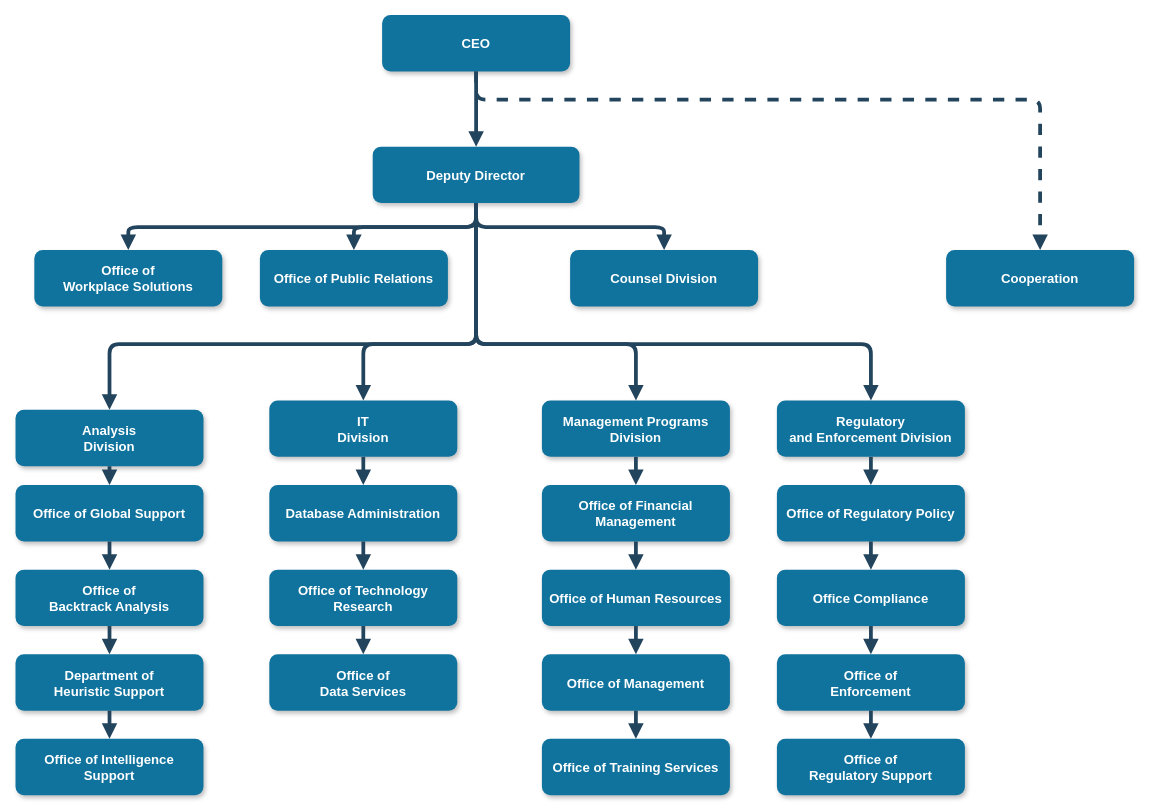
Before: Diagrama sin título.drawio in jramose2/Redes, a draw.io diagram. Source tidied: cells renumbered, new cells numbered last; positions are measured from the earlier drawing's top-left corner, leaving out a move shared by most shapes. Both pictures are drawn from the tidied source at 94%, with x=0, y=0 at pixel (15, 15).
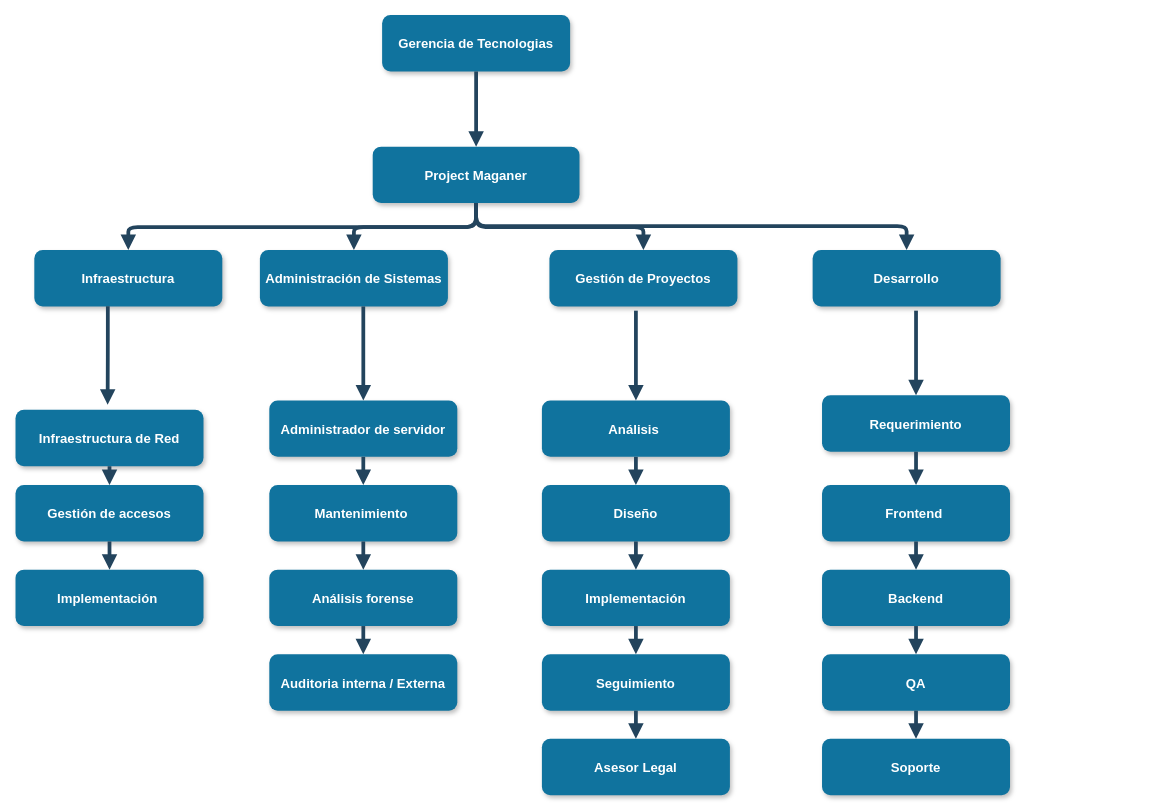
After the change.

Change to the diagram source:
```diff
@@
-    <mxCell id="2" value="CEO" style="rounded=1;fillColor=#10739E;strokeColor=none;shadow=1;gradientColor=none;fontStyle=1;fontColor=#FFFFFF;fontSize=14;" parent="1" vertex="1">
+    <mxCell id="2" value="Gerencia de Tecnologias" style="rounded=1;fillColor=#10739E;strokeColor=none;shadow=1;gradientColor=none;fontStyle=1;fontColor=#FFFFFF;fontSize=14;" parent="1" vertex="1">
       <mxGeometry x="390" y="-0.5" width="200" height="60" as="geometry" />
     </mxCell>
-    <mxCell id="3" value="Deputy Director" style="rounded=1;fillColor=#10739E;strokeColor=none;shadow=1;gradientColor=none;fontStyle=1;fontColor=#FFFFFF;fontSize=14;" parent="1" vertex="1">
+    <mxCell id="3" value="Project Maganer" style="rounded=1;fillColor=#10739E;strokeColor=none;shadow=1;gradientColor=none;fontStyle=1;fontColor=#FFFFFF;fontSize=14;" parent="1" vertex="1">
       <mxGeometry x="380" y="139.5" width="220" height="60" as="geometry" />
     </mxCell>
-    <mxCell id="4" value="Office of &#10;Workplace Solutions" style="rounded=1;fillColor=#10739E;strokeColor=none;shadow=1;gradientColor=none;fontStyle=1;fontColor=#FFFFFF;fontSize=14;" parent="1" vertex="1">
+    <mxCell id="4" value="Infraestructura" style="rounded=1;fillColor=#10739E;strokeColor=none;shadow=1;gradientColor=none;fontStyle=1;fontColor=#FFFFFF;fontSize=14;" parent="1" vertex="1">
       <mxGeometry x="20" y="249.5" width="200" height="60" as="geometry" />
     </mxCell>
-    <mxCell id="5" value="Office of Public Relations" style="rounded=1;fillColor=#10739E;strokeColor=none;shadow=1;gradientColor=none;fontStyle=1;fontColor=#FFFFFF;fontSize=14;" parent="1" vertex="1">
+    <mxCell id="5" value="Administración de Sistemas" style="rounded=1;fillColor=#10739E;strokeColor=none;shadow=1;gradientColor=none;fontStyle=1;fontColor=#FFFFFF;fontSize=14;" parent="1" vertex="1">
       <mxGeometry x="260" y="249.5" width="200" height="60" as="geometry" />
     </mxCell>
-    <mxCell id="6" value="Counsel Division" style="rounded=1;fillColor=#10739E;strokeColor=none;shadow=1;gradientColor=none;fontStyle=1;fontColor=#FFFFFF;fontSize=14;" parent="1" vertex="1">
-      <mxGeometry x="590" y="249.5" width="200" height="60" as="geometry" />
+    <mxCell id="6" value="Gestión de Proyectos" style="rounded=1;fillColor=#10739E;strokeColor=none;shadow=1;gradientColor=none;fontStyle=1;fontColor=#FFFFFF;fontSize=14;" parent="1" vertex="1">
+      <mxGeometry x="568" y="249.5" width="200" height="60" as="geometry" />
     </mxCell>
-    <mxCell id="7" value="Cooperation" style="rounded=1;fillColor=#10739E;strokeColor=none;shadow=1;gradientColor=none;fontStyle=1;fontColor=#FFFFFF;fontSize=14;" parent="1" vertex="1">
-      <mxGeometry x="990" y="249.5" width="200" height="60" as="geometry" />
-    </mxCell>
-    <mxCell id="8" value="Analysis &#10;Division" style="rounded=1;fillColor=#10739E;strokeColor=none;shadow=1;gradientColor=none;fontStyle=1;fontColor=#FFFFFF;fontSize=14;" parent="1" vertex="1">
+    <mxCell id="8" value="Infraestructura de Red" style="rounded=1;fillColor=#10739E;strokeColor=none;shadow=1;gradientColor=none;fontStyle=1;fontColor=#FFFFFF;fontSize=14;" parent="1" vertex="1">
       <mxGeometry y="419.5" width="200" height="60" as="geometry" />
     </mxCell>
-    <mxCell id="9" value="Office of Global Support" style="rounded=1;fillColor=#10739E;strokeColor=none;shadow=1;gradientColor=none;fontStyle=1;fontColor=#FFFFFF;fontSize=14;" parent="1" vertex="1">
+    <mxCell id="9" value="Gestión de accesos" style="rounded=1;fillColor=#10739E;strokeColor=none;shadow=1;gradientColor=none;fontStyle=1;fontColor=#FFFFFF;fontSize=14;" parent="1" vertex="1">
       <mxGeometry y="499.5" width="200" height="60" as="geometry" />
     </mxCell>
-    <mxCell id="10" value="Office of &#10;Backtrack Analysis" style="rounded=1;fillColor=#10739E;strokeColor=none;shadow=1;gradientColor=none;fontStyle=1;fontColor=#FFFFFF;fontSize=14;" parent="1" vertex="1">
+    <mxCell id="10" value="Implementación " style="rounded=1;fillColor=#10739E;strokeColor=none;shadow=1;gradientColor=none;fontStyle=1;fontColor=#FFFFFF;fontSize=14;" parent="1" vertex="1">
       <mxGeometry y="589.5" width="200" height="60" as="geometry" />
     </mxCell>
-    <mxCell id="11" value="Department of &#10;Heuristic Support" style="rounded=1;fillColor=#10739E;strokeColor=none;shadow=1;gradientColor=none;fontStyle=1;fontColor=#FFFFFF;fontSize=14;" parent="1" vertex="1">
-      <mxGeometry y="679.5" width="200" height="60" as="geometry" />
-    </mxCell>
-    <mxCell id="12" value="Office of Intelligence &#10;Support" style="rounded=1;fillColor=#10739E;strokeColor=none;shadow=1;gradientColor=none;fontStyle=1;fontColor=#FFFFFF;fontSize=14;" parent="1" vertex="1">
-      <mxGeometry y="769.5" width="200" height="60" as="geometry" />
-    </mxCell>
-    <mxCell id="13" value="IT&#10;Division" style="rounded=1;fillColor=#10739E;strokeColor=none;shadow=1;gradientColor=none;fontStyle=1;fontColor=#FFFFFF;fontSize=14;" parent="1" vertex="1">
+    <mxCell id="13" value="Administrador de servidor" style="rounded=1;fillColor=#10739E;strokeColor=none;shadow=1;gradientColor=none;fontStyle=1;fontColor=#FFFFFF;fontSize=14;" parent="1" vertex="1">
       <mxGeometry x="270" y="409.5" width="200" height="60" as="geometry" />
     </mxCell>
-    <mxCell id="14" value="Database Administration" style="rounded=1;fillColor=#10739E;strokeColor=none;shadow=1;gradientColor=none;fontStyle=1;fontColor=#FFFFFF;fontSize=14;" parent="1" vertex="1">
+    <mxCell id="14" value="Mantenimiento " style="rounded=1;fillColor=#10739E;strokeColor=none;shadow=1;gradientColor=none;fontStyle=1;fontColor=#FFFFFF;fontSize=14;" parent="1" vertex="1">
       <mxGeometry x="270" y="499.5" width="200" height="60" as="geometry" />
     </mxCell>
-    <mxCell id="15" value="Office of Technology &#10;Research" style="rounded=1;fillColor=#10739E;strokeColor=none;shadow=1;gradientColor=none;fontStyle=1;fontColor=#FFFFFF;fontSize=14;" parent="1" vertex="1">
+    <mxCell id="15" value="Análisis forense" style="rounded=1;fillColor=#10739E;strokeColor=none;shadow=1;gradientColor=none;fontStyle=1;fontColor=#FFFFFF;fontSize=14;" parent="1" vertex="1">
       <mxGeometry x="270" y="589.5" width="200" height="60" as="geometry" />
     </mxCell>
-    <mxCell id="16" value="Office of&#10;Data Services" style="rounded=1;fillColor=#10739E;strokeColor=none;shadow=1;gradientColor=none;fontStyle=1;fontColor=#FFFFFF;fontSize=14;" parent="1" vertex="1">
+    <mxCell id="16" value="Auditoria interna / Externa" style="rounded=1;fillColor=#10739E;strokeColor=none;shadow=1;gradientColor=none;fontStyle=1;fontColor=#FFFFFF;fontSize=14;" parent="1" vertex="1">
       <mxGeometry x="270" y="679.5" width="200" height="60" as="geometry" />
     </mxCell>
-    <mxCell id="17" value="Management Programs &#10;Division" style="rounded=1;fillColor=#10739E;strokeColor=none;shadow=1;gradientColor=none;fontStyle=1;fontColor=#FFFFFF;fontSize=14;" parent="1" vertex="1">
+    <mxCell id="17" value="Análisis " style="rounded=1;fillColor=#10739E;strokeColor=none;shadow=1;gradientColor=none;fontStyle=1;fontColor=#FFFFFF;fontSize=14;" parent="1" vertex="1">
       <mxGeometry x="560" y="409.5" width="200" height="60" as="geometry" />
     </mxCell>
-    <mxCell id="18" value="Office of Financial &#10;Management" style="rounded=1;fillColor=#10739E;strokeColor=none;shadow=1;gradientColor=none;fontStyle=1;fontColor=#FFFFFF;fontSize=14;" parent="1" vertex="1">
+    <mxCell id="18" value="Diseño" style="rounded=1;fillColor=#10739E;strokeColor=none;shadow=1;gradientColor=none;fontStyle=1;fontColor=#FFFFFF;fontSize=14;" parent="1" vertex="1">
       <mxGeometry x="560" y="499.5" width="200" height="60" as="geometry" />
     </mxCell>
-    <mxCell id="19" value="Office of Human Resources" style="rounded=1;fillColor=#10739E;strokeColor=none;shadow=1;gradientColor=none;fontStyle=1;fontColor=#FFFFFF;fontSize=14;" parent="1" vertex="1">
+    <mxCell id="19" value="Implementación" style="rounded=1;fillColor=#10739E;strokeColor=none;shadow=1;gradientColor=none;fontStyle=1;fontColor=#FFFFFF;fontSize=14;" parent="1" vertex="1">
       <mxGeometry x="560" y="589.5" width="200" height="60" as="geometry" />
     </mxCell>
-    <mxCell id="20" value="Office of Management " style="rounded=1;fillColor=#10739E;strokeColor=none;shadow=1;gradientColor=none;fontStyle=1;fontColor=#FFFFFF;fontSize=14;" parent="1" vertex="1">
+    <mxCell id="20" value="Seguimiento" style="rounded=1;fillColor=#10739E;strokeColor=none;shadow=1;gradientColor=none;fontStyle=1;fontColor=#FFFFFF;fontSize=14;" parent="1" vertex="1">
       <mxGeometry x="560" y="679.5" width="200" height="60" as="geometry" />
     </mxCell>
-    <mxCell id="21" value="Office of Training Services" style="rounded=1;fillColor=#10739E;strokeColor=none;shadow=1;gradientColor=none;fontStyle=1;fontColor=#FFFFFF;fontSize=14;" parent="1" vertex="1">
+    <mxCell id="21" value="Asesor Legal" style="rounded=1;fillColor=#10739E;strokeColor=none;shadow=1;gradientColor=none;fontStyle=1;fontColor=#FFFFFF;fontSize=14;" parent="1" vertex="1">
       <mxGeometry x="560" y="769.5" width="200" height="60" as="geometry" />
     </mxCell>
-    <mxCell id="22" value="Regulatory &#10;and Enforcement Division" style="rounded=1;fillColor=#10739E;strokeColor=none;shadow=1;gradientColor=none;fontStyle=1;fontColor=#FFFFFF;fontSize=14;" parent="1" vertex="1">
-      <mxGeometry x="810" y="409.5" width="200" height="60" as="geometry" />
+    <mxCell id="22" value="Requerimiento" style="rounded=1;fillColor=#10739E;strokeColor=none;shadow=1;gradientColor=none;fontStyle=1;fontColor=#FFFFFF;fontSize=14;" parent="1" vertex="1">
+      <mxGeometry x="858" y="404" width="200" height="60" as="geometry" />
     </mxCell>
-    <mxCell id="23" value="Office of Regulatory Policy" style="rounded=1;fillColor=#10739E;strokeColor=none;shadow=1;gradientColor=none;fontStyle=1;fontColor=#FFFFFF;fontSize=14;" parent="1" vertex="1">
-      <mxGeometry x="810" y="499.5" width="200" height="60" as="geometry" />
+    <mxCell id="23" value="Frontend " style="rounded=1;fillColor=#10739E;strokeColor=none;shadow=1;gradientColor=none;fontStyle=1;fontColor=#FFFFFF;fontSize=14;" parent="1" vertex="1">
+      <mxGeometry x="858" y="499.5" width="200" height="60" as="geometry" />
     </mxCell>
-    <mxCell id="24" value="Office Compliance" style="rounded=1;fillColor=#10739E;strokeColor=none;shadow=1;gradientColor=none;fontStyle=1;fontColor=#FFFFFF;fontSize=14;" parent="1" vertex="1">
-      <mxGeometry x="810" y="589.5" width="200" height="60" as="geometry" />
+    <mxCell id="24" value="Backend" style="rounded=1;fillColor=#10739E;strokeColor=none;shadow=1;gradientColor=none;fontStyle=1;fontColor=#FFFFFF;fontSize=14;" parent="1" vertex="1">
+      <mxGeometry x="858" y="589.5" width="200" height="60" as="geometry" />
     </mxCell>
-    <mxCell id="25" value="Office of &#10;Enforcement" style="rounded=1;fillColor=#10739E;strokeColor=none;shadow=1;gradientColor=none;fontStyle=1;fontColor=#FFFFFF;fontSize=14;" parent="1" vertex="1">
-      <mxGeometry x="810" y="679.5" width="200" height="60" as="geometry" />
+    <mxCell id="25" value="QA" style="rounded=1;fillColor=#10739E;strokeColor=none;shadow=1;gradientColor=none;fontStyle=1;fontColor=#FFFFFF;fontSize=14;" parent="1" vertex="1">
+      <mxGeometry x="858" y="679.5" width="200" height="60" as="geometry" />
     </mxCell>
-    <mxCell id="26" value="Office of&#10; Regulatory Support" style="rounded=1;fillColor=#10739E;strokeColor=none;shadow=1;gradientColor=none;fontStyle=1;fontColor=#FFFFFF;fontSize=14;" parent="1" vertex="1">
-      <mxGeometry x="810" y="769.5" width="200" height="60" as="geometry" />
+    <mxCell id="26" value="Soporte" style="rounded=1;fillColor=#10739E;strokeColor=none;shadow=1;gradientColor=none;fontStyle=1;fontColor=#FFFFFF;fontSize=14;" parent="1" vertex="1">
+      <mxGeometry x="858" y="769.5" width="200" height="60" as="geometry" />
     </mxCell>
@@
-    <mxCell id="31" style="edgeStyle=elbowEdgeStyle;elbow=vertical;strokeWidth=4;endArrow=block;endFill=1;fontStyle=1;dashed=1;strokeColor=#23445D;" parent="1" edge="1" source="2" target="7">
-      <mxGeometry x="22" y="165.5" as="geometry">
-        <Array as="points">
-          <mxPoint x="780" y="89.5" />
-        </Array>
-      </mxGeometry>
-    </mxCell>
-    <mxCell id="32" style="edgeStyle=elbowEdgeStyle;elbow=vertical;strokeWidth=4;endArrow=block;endFill=1;fontStyle=1;strokeColor=#23445D;" parent="1" edge="1" source="3" target="8">
+    <mxCell id="32" style="edgeStyle=elbowEdgeStyle;elbow=vertical;strokeWidth=4;endArrow=block;endFill=1;fontStyle=1;strokeColor=#23445D;exitX=0.391;exitY=0.996;exitDx=0;exitDy=0;exitPerimeter=0;" parent="1" edge="1" source="4">
       <mxGeometry x="22" y="165.5" as="geometry">
+        <mxPoint x="98" y="414" as="targetPoint" />
         <Array as="points">
-          <mxPoint x="270" y="349.5" />
+          <mxPoint x="288" y="354" />
         </Array>
       </mxGeometry>
     </mxCell>
-    <mxCell id="33" style="edgeStyle=elbowEdgeStyle;elbow=vertical;strokeWidth=4;endArrow=block;endFill=1;fontStyle=1;strokeColor=#23445D;" parent="1" edge="1" source="3" target="22">
+    <mxCell id="33" style="edgeStyle=elbowEdgeStyle;elbow=vertical;strokeWidth=4;endArrow=block;endFill=1;fontStyle=1;strokeColor=#23445D;entryX=0.5;entryY=0;entryDx=0;entryDy=0;" parent="1" edge="1" target="22">
       <mxGeometry x="22" y="165.5" as="geometry">
+        <mxPoint x="958" y="314" as="sourcePoint" />
         <Array as="points">
-          <mxPoint x="690" y="349.5" />
+          <mxPoint x="948" y="354" />
+          <mxPoint x="968" y="334" />
         </Array>
       </mxGeometry>
     </mxCell>
@@
-    <mxCell id="36" style="edgeStyle=elbowEdgeStyle;elbow=vertical;strokeWidth=4;endArrow=block;endFill=1;fontStyle=1;strokeColor=#23445D;" parent="1" edge="1" source="10" target="11">
-      <mxGeometry x="62" y="185.5" as="geometry" />
-    </mxCell>
-    <mxCell id="37" style="edgeStyle=elbowEdgeStyle;elbow=vertical;strokeWidth=4;endArrow=block;endFill=1;fontStyle=1;strokeColor=#23445D;" parent="1" edge="1" source="11" target="12">
-      <mxGeometry x="62" y="195.5" as="geometry" />
-    </mxCell>
@@
-    <mxCell id="49" style="edgeStyle=elbowEdgeStyle;elbow=vertical;strokeWidth=4;endArrow=block;endFill=1;fontStyle=1;strokeColor=#23445D;" parent="1" edge="1" source="3" target="13">
+    <mxCell id="49" style="edgeStyle=elbowEdgeStyle;elbow=vertical;strokeWidth=4;endArrow=block;endFill=1;fontStyle=1;strokeColor=#23445D;" parent="1" edge="1" source="5" target="13">
       <mxGeometry x="22" y="165.5" as="geometry">
         <Array as="points">
           <mxPoint x="370" y="349.5" />
         </Array>
       </mxGeometry>
     </mxCell>
-    <mxCell id="50" style="edgeStyle=elbowEdgeStyle;elbow=vertical;strokeWidth=4;endArrow=block;endFill=1;fontStyle=1;strokeColor=#23445D;" parent="1" edge="1" source="3" target="17">
+    <mxCell id="50" style="edgeStyle=elbowEdgeStyle;elbow=vertical;strokeWidth=4;endArrow=block;endFill=1;fontStyle=1;strokeColor=#23445D;entryX=0.5;entryY=0;entryDx=0;entryDy=0;" parent="1" edge="1" target="17">
       <mxGeometry x="22" y="165.5" as="geometry">
+        <mxPoint x="660" y="314" as="sourcePoint" />
         <Array as="points">
           <mxPoint x="660" y="349.5" />
         </Array>
       </mxGeometry>
     </mxCell>
+    <mxCell id="51" value="Desarrollo" style="rounded=1;fillColor=#10739E;strokeColor=none;shadow=1;gradientColor=none;fontStyle=1;fontColor=#FFFFFF;fontSize=14;" parent="1" vertex="1">
+      <mxGeometry x="848" y="249.5" width="200" height="60" as="geometry" />
+    </mxCell>
+    <mxCell id="52" style="edgeStyle=elbowEdgeStyle;elbow=vertical;strokeWidth=4;endArrow=block;endFill=1;fontStyle=1;strokeColor=#23445D;entryX=0.5;entryY=0;entryDx=0;entryDy=0;exitX=0.5;exitY=1;exitDx=0;exitDy=0;" parent="1" edge="1" source="3" target="51">
+      <mxGeometry x="32" y="175.5" as="geometry">
+        <Array as="points">
+          <mxPoint x="718" y="224" />
+        </Array>
+      </mxGeometry>
+    </mxCell>
```
